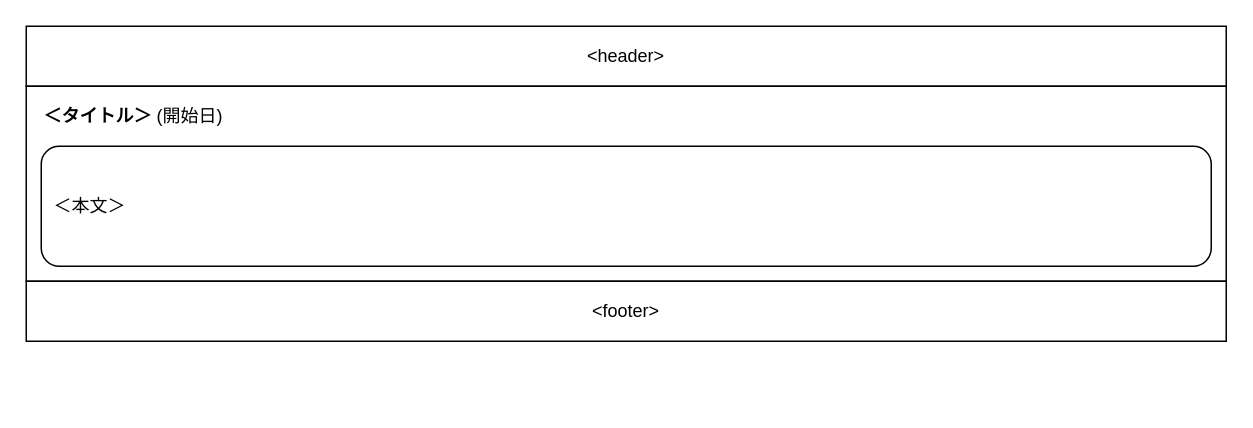
nightonlypj/rails-app-origin keeps this draw.io diagram as 設計/画面設計/お知らせ詳細.drawio. Above is the earlier version. Source tidied: cells renumbered, new cells numbered last; positions are measured from the earlier drawing's top-left corner, leaving out a move shared by most shapes. Both pictures are drawn from the tidied source at 150%, with x=0, y=0 at pixel (26, 26).
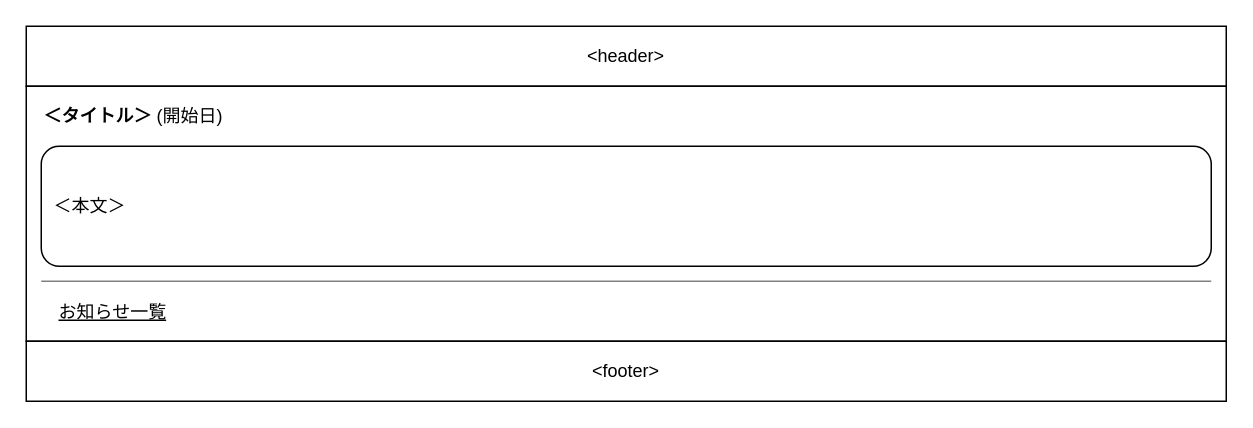
After the change.

What changed in the source:
```diff
@@
 <mxGraphModel>
   <root>
     <mxCell id="0" />
     <mxCell id="1" parent="0" />
+    <mxCell id="7" style="rounded=0;whiteSpace=wrap;html=1;fillColor=none;" parent="1" vertex="1">
+      <mxGeometry y="40" width="800" height="170" as="geometry" />
+    </mxCell>
     <mxCell id="2" value="&amp;lt;header&amp;gt;" style="rounded=0;whiteSpace=wrap;html=1;fillColor=none;" parent="1" vertex="1">
       <mxGeometry width="800" height="40" as="geometry" />
     </mxCell>
-    <mxCell id="3" style="rounded=0;whiteSpace=wrap;html=1;fillColor=none;" parent="1" vertex="1">
-      <mxGeometry y="40" width="800" height="130" as="geometry" />
-    </mxCell>
     <mxCell id="4" value="&lt;b&gt;＜タイトル＞&lt;/b&gt; (開始日)" style="text;html=1;strokeColor=none;fillColor=none;align=left;verticalAlign=middle;whiteSpace=wrap;rounded=0;" parent="1" vertex="1">
       <mxGeometry x="10" y="50" width="130" height="20" as="geometry" />
     </mxCell>
     <mxCell id="5" value="&lt;span&gt;&amp;nbsp; ＜本文＞&lt;/span&gt;" style="rounded=1;whiteSpace=wrap;html=1;align=left;" parent="1" vertex="1">
       <mxGeometry x="10" y="80" width="780" height="80" as="geometry" />
     </mxCell>
     <mxCell id="6" value="&amp;lt;footer&amp;gt;" style="rounded=0;whiteSpace=wrap;html=1;fillColor=none;" parent="1" vertex="1">
-      <mxGeometry y="170" width="800" height="40" as="geometry" />
+      <mxGeometry y="210" width="800" height="40" as="geometry" />
     </mxCell>
+    <mxCell id="8" value="&lt;u&gt;お知らせ一覧&lt;/u&gt;" style="text;html=1;strokeColor=none;fillColor=none;align=left;verticalAlign=middle;whiteSpace=wrap;rounded=0;" parent="1" vertex="1">
+      <mxGeometry x="20" y="181" width="80" height="20" as="geometry" />
+    </mxCell>
+    <mxCell id="9" style="endArrow=none;html=1;strokeColor=#808080;" parent="1" edge="1">
+      <mxGeometry relative="1" as="geometry">
+        <mxPoint x="10" y="170" as="sourcePoint" />
+        <mxPoint x="790" y="170" as="targetPoint" />
+      </mxGeometry>
+    </mxCell>
   </root>
 </mxGraphModel>
```
